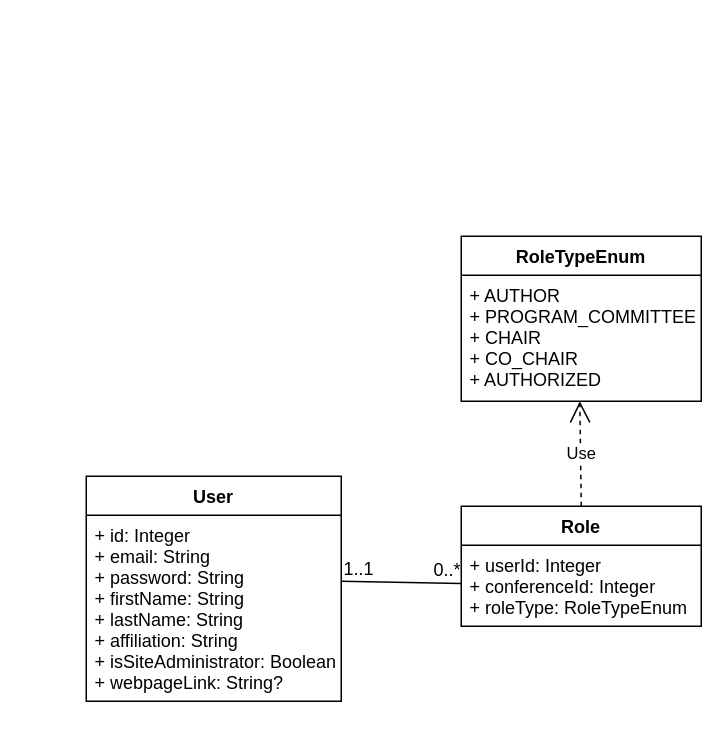
Before: Documentation/Diagrams/ClassDiagram.drawio in raresica1234/ATAR-SE, a draw.io diagram. Source tidied: cells renumbered, new cells numbered last; positions are measured from the earlier drawing's top-left corner, leaving out a move shared by most shapes. Both pictures are drawn from the tidied source at 150%, with x=0, y=0 at pixel (86, 236).
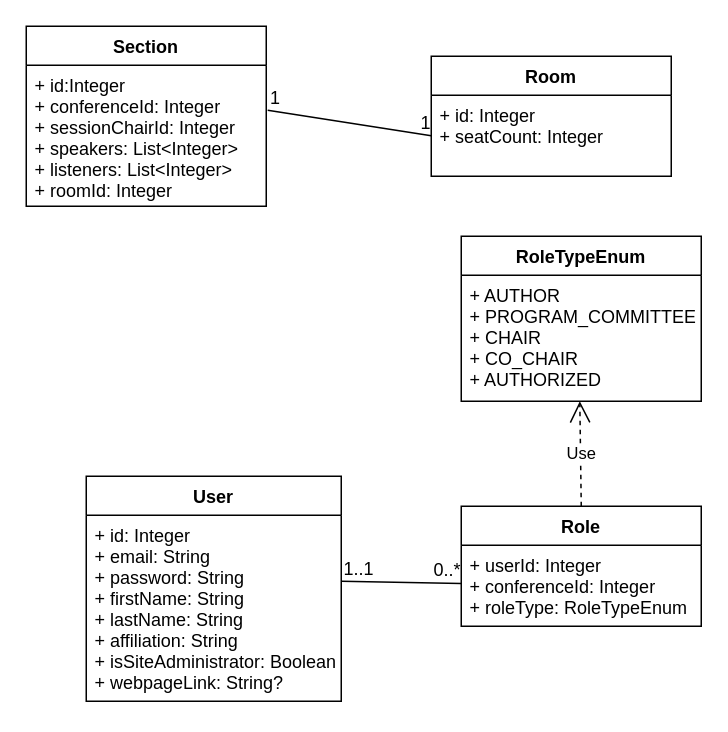
The same page after the edit.

Commit message:
Added Section and room to class diagram

The edit, as a diff of the source:
```diff
@@
 <mxGraphModel>
   <root>
     <mxCell id="0" />
     <mxCell id="1" parent="0" />
     <mxCell id="2" value="User" style="swimlane;fontStyle=1;align=center;verticalAlign=top;horizontal=1;startSize=26;" parent="1" vertex="1">
       <mxGeometry y="160" width="170" height="150" as="geometry" />
     </mxCell>
     <mxCell id="3" value="+ id: Integer&#10;+ email: String&#10;+ password: String&#10;+ firstName: String&#10;+ lastName: String&#10;+ affiliation: String&#10;+ isSiteAdministrator: Boolean&#10;+ webpageLink: String?" style="text;strokeColor=none;fillColor=none;align=left;verticalAlign=top;spacingLeft=4;spacingRight=4;overflow=hidden;" parent="2" vertex="1">
       <mxGeometry y="26" width="170" height="124" as="geometry" />
     </mxCell>
     <mxCell id="4" value="Role" style="swimlane;fontStyle=1;align=center;verticalAlign=top;horizontal=1;startSize=26;" parent="1" vertex="1">
       <mxGeometry x="250" y="180" width="160" height="80" as="geometry" />
     </mxCell>
     <mxCell id="5" value="+ userId: Integer&#10;+ conferenceId: Integer&#10;+ roleType: RoleTypeEnum" style="text;strokeColor=none;fillColor=none;align=left;verticalAlign=top;spacingLeft=4;spacingRight=4;overflow=hidden;points=[[0,0.5],[1,0.5]];portConstraint=eastwest;" parent="4" vertex="1">
       <mxGeometry y="26" width="160" height="54" as="geometry" />
     </mxCell>
     <mxCell id="6" value="RoleTypeEnum" style="swimlane;fontStyle=1;align=center;verticalAlign=top;horizontal=1;startSize=26;" parent="1" vertex="1">
       <mxGeometry x="250" width="160" height="110" as="geometry" />
     </mxCell>
     <mxCell id="7" value="+ AUTHOR&#10;+ PROGRAM_COMMITTEE&#10;+ CHAIR&#10;+ CO_CHAIR&#10;+ AUTHORIZED" style="text;strokeColor=none;fillColor=none;align=left;verticalAlign=top;spacingLeft=4;spacingRight=4;overflow=hidden;points=[[0,0.5],[1,0.5]];portConstraint=eastwest;" parent="6" vertex="1">
       <mxGeometry y="26" width="160" height="84" as="geometry" />
     </mxCell>
     <mxCell id="8" value="Use" style="endArrow=open;endSize=12;dashed=1;html=1;entryX=0.494;entryY=1;entryDx=0;entryDy=0;entryPerimeter=0;exitX=0.5;exitY=0;exitDx=0;exitDy=0;" parent="1" edge="1" source="4" target="7">
       <mxGeometry relative="1" as="geometry" />
     </mxCell>
     <mxCell id="9" style="endArrow=none;html=1;rounded=0;" parent="1" edge="1" target="5">
       <mxGeometry relative="1" as="geometry">
         <mxPoint x="170" y="230" as="sourcePoint" />
       </mxGeometry>
     </mxCell>
     <mxCell id="10" value="1..1" style="html=1;align=left;verticalAlign=bottom;" parent="9" vertex="1">
       <mxGeometry x="-1" relative="1" as="geometry" />
     </mxCell>
     <mxCell id="11" value="0..*" style="html=1;align=right;verticalAlign=bottom;" parent="9" vertex="1">
       <mxGeometry x="1" relative="1" as="geometry" />
     </mxCell>
+    <mxCell id="12" value="Section" style="swimlane;fontStyle=1;align=center;verticalAlign=top;horizontal=1;startSize=26;" parent="1" vertex="1">
+      <mxGeometry x="-40" y="-140" width="160" height="120" as="geometry" />
+    </mxCell>
+    <mxCell id="13" value="+ id:Integer&#10;+ conferenceId: Integer&#10;+ sessionChairId: Integer&#10;+ speakers: List&lt;Integer&gt;&#10;+ listeners: List&lt;Integer&gt;&#10;+ roomId: Integer&#10;" style="text;strokeColor=none;fillColor=none;align=left;verticalAlign=top;spacingLeft=4;spacingRight=4;overflow=hidden;points=[[0,0.5],[1,0.5]];portConstraint=eastwest;" parent="12" vertex="1">
+      <mxGeometry y="26" width="160" height="94" as="geometry" />
+    </mxCell>
+    <mxCell id="14" value="Room" style="swimlane;fontStyle=1;align=center;verticalAlign=top;horizontal=1;startSize=26;" parent="1" vertex="1">
+      <mxGeometry x="230" y="-120" width="160" height="80" as="geometry" />
+    </mxCell>
+    <mxCell id="15" value="+ id: Integer&#10;+ seatCount: Integer&#10;" style="text;strokeColor=none;fillColor=none;align=left;verticalAlign=top;spacingLeft=4;spacingRight=4;overflow=hidden;points=[[0,0.5],[1,0.5]];portConstraint=eastwest;" parent="14" vertex="1">
+      <mxGeometry y="26" width="160" height="54" as="geometry" />
+    </mxCell>
+    <mxCell id="16" style="endArrow=none;html=1;rounded=0;exitX=1.006;exitY=0.319;exitDx=0;exitDy=0;exitPerimeter=0;entryX=0;entryY=0.5;entryDx=0;entryDy=0;" parent="1" edge="1" source="13" target="15">
+      <mxGeometry relative="1" as="geometry" />
+    </mxCell>
+    <mxCell id="17" value="1" style="html=1;align=left;verticalAlign=bottom;" parent="16" vertex="1">
+      <mxGeometry x="-1" relative="1" as="geometry" />
+    </mxCell>
+    <mxCell id="18" value="1" style="html=1;align=right;verticalAlign=bottom;" parent="16" vertex="1">
+      <mxGeometry x="1" relative="1" as="geometry" />
+    </mxCell>
   </root>
 </mxGraphModel>
```
